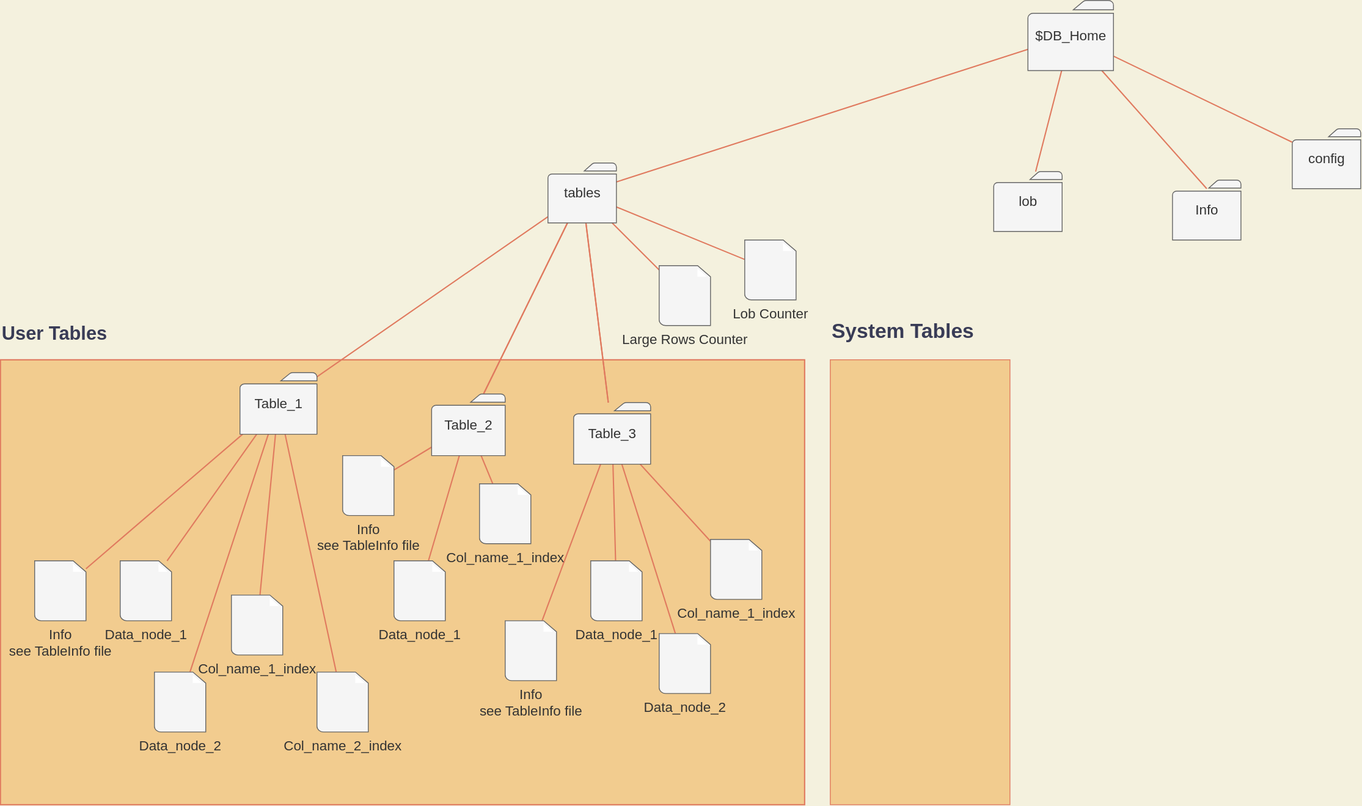
Earlier version of the draw.io export documentacion/db_storage.doc.svg (Harry29-exe/HomegrownDB). Source tidied: cells renumbered, new cells last; positions are measured from the earlier drawing's top-left corner, leaving out a move shared by most shapes.
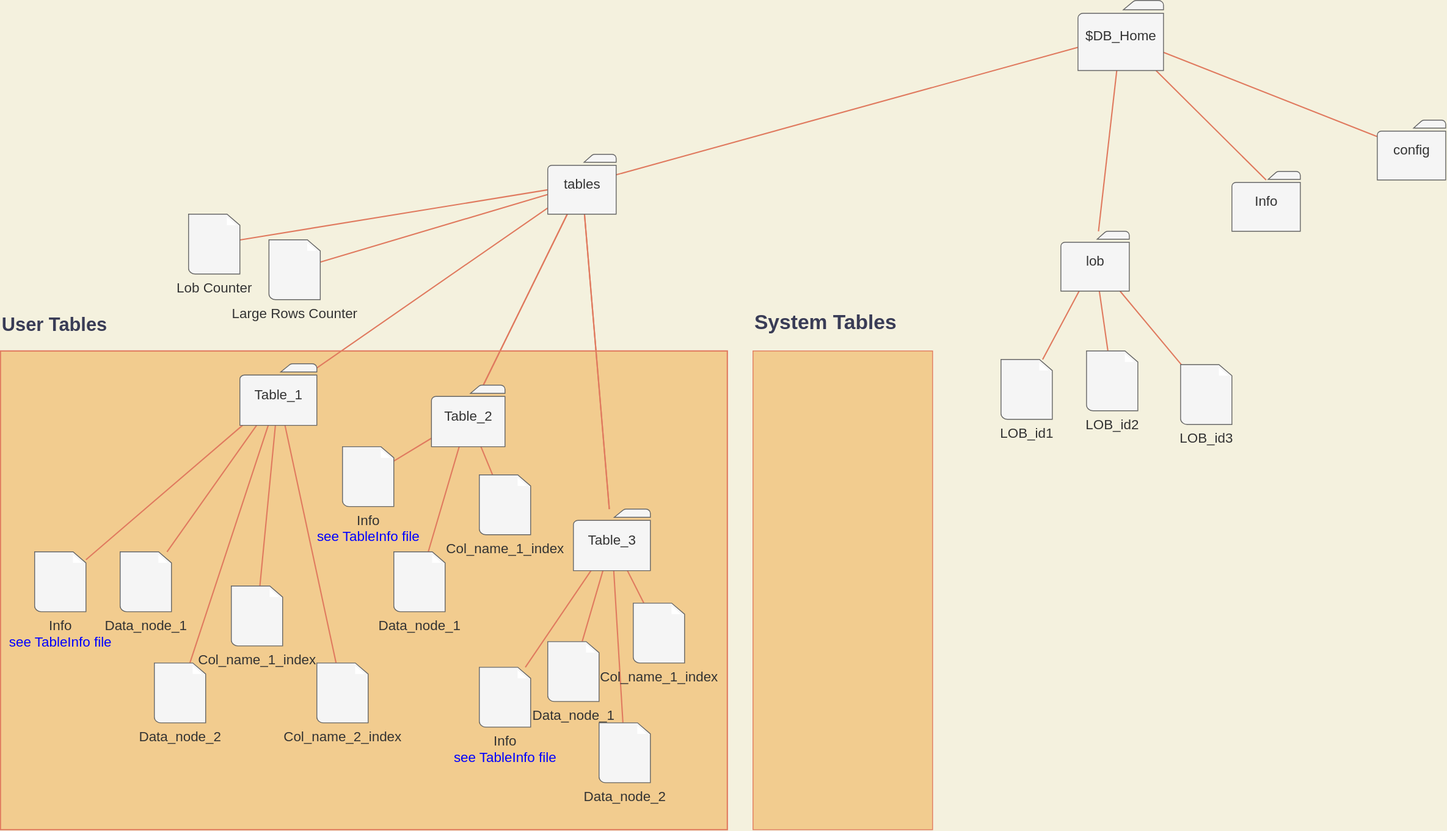
Later version of the same file.

Diff of the diagram source:
```diff
@@ -3,10 +3,10 @@
     <mxCell id="0" />
     <mxCell id="1" parent="0" />
     <mxCell id="2" value="&lt;h1&gt;System Tables&lt;/h1&gt;" style="whiteSpace=wrap;html=1;labelPosition=center;verticalLabelPosition=top;align=left;verticalAlign=bottom;fillColor=#F2CC8F;strokeColor=#E07A5F;fontColor=#393C56;" parent="1" vertex="1">
-      <mxGeometry x="970" y="420" width="210" height="520" as="geometry" />
+      <mxGeometry x="880" y="420" width="210" height="560" as="geometry" />
     </mxCell>
     <mxCell id="3" value="&lt;h1&gt;User Tables&lt;/h1&gt;" style="whiteSpace=wrap;html=1;labelPosition=center;verticalLabelPosition=top;align=left;verticalAlign=bottom;rounded=0;fontSize=11;strokeWidth=1.5;labelBackgroundColor=none;endFill=0;fillColor=#F2CC8F;strokeColor=#E07A5F;fontColor=#393C56;" parent="1" vertex="1">
-      <mxGeometry y="420" width="940" height="520" as="geometry" />
+      <mxGeometry y="420" width="850" height="560" as="geometry" />
     </mxCell>
     <mxCell id="4" style="jettySize=auto;html=1;endArrow=none;endFill=0;strokeWidth=1.5;strokeColor=#E07A5F;labelBackgroundColor=#F4F1DE;fontColor=#393C56;" parent="1" edge="1" source="8" target="17">
       <mxGeometry relative="1" as="geometry" />
@@ -21,7 +21,7 @@
       <mxGeometry relative="1" as="geometry" />
     </mxCell>
     <mxCell id="8" value="&lt;font style=&quot;font-size: 16px&quot;&gt;$DB_Home&lt;/font&gt;" style="shadow=0;dashed=0;html=1;strokeColor=#666666;fillColor=#f5f5f5;labelPosition=center;verticalLabelPosition=middle;verticalAlign=middle;outlineConnect=0;align=center;shape=mxgraph.office.concepts.folder;fontColor=#333333;" parent="1" vertex="1">
-      <mxGeometry x="1201" width="100" height="82" as="geometry" />
+      <mxGeometry x="1260" y="10" width="100" height="82" as="geometry" />
     </mxCell>
     <mxCell id="9" value="&lt;font style=&quot;font-size: 16px&quot;&gt;Data_node_1&lt;br&gt;&lt;/font&gt;" style="shadow=0;dashed=0;html=1;labelPosition=center;verticalLabelPosition=bottom;verticalAlign=top;align=center;outlineConnect=0;shape=mxgraph.veeam.2d.file;fillColor=#f5f5f5;fontColor=#333333;strokeColor=#666666;" parent="1" vertex="1">
       <mxGeometry x="140" y="655" width="60" height="70" as="geometry" />
@@ -93,7 +93,7 @@
       <mxGeometry relative="1" as="geometry" />
     </mxCell>
     <mxCell id="32" value="&lt;font style=&quot;font-size: 16px;&quot;&gt;Table_3&lt;br style=&quot;font-size: 16px;&quot;&gt;&lt;/font&gt;" style="shadow=0;dashed=0;html=1;strokeColor=#666666;fillColor=#f5f5f5;labelPosition=center;verticalLabelPosition=middle;verticalAlign=middle;outlineConnect=0;align=center;shape=mxgraph.office.concepts.folder;fontColor=#333333;fontSize=16;" parent="1" vertex="1">
-      <mxGeometry x="670" y="470" width="90" height="72" as="geometry" />
+      <mxGeometry x="670" y="605" width="90" height="72" as="geometry" />
     </mxCell>
     <mxCell id="33" value="&lt;font style=&quot;font-size: 16px&quot;&gt;Col_name_1_index&lt;br&gt;&lt;/font&gt;" style="shadow=0;dashed=0;html=1;labelPosition=center;verticalLabelPosition=bottom;verticalAlign=top;align=center;outlineConnect=0;shape=mxgraph.veeam.2d.file;fillColor=#f5f5f5;fontColor=#333333;strokeColor=#666666;" parent="1" vertex="1">
       <mxGeometry x="270" y="695" width="60" height="70" as="geometry" />
@@ -111,28 +111,28 @@
       <mxGeometry x="560" y="565" width="60" height="70" as="geometry" />
     </mxCell>
     <mxCell id="38" value="&lt;font style=&quot;font-size: 16px&quot;&gt;Data_node_1&lt;br&gt;&lt;/font&gt;" style="shadow=0;dashed=0;html=1;labelPosition=center;verticalLabelPosition=bottom;verticalAlign=top;align=center;outlineConnect=0;shape=mxgraph.veeam.2d.file;fillColor=#f5f5f5;fontColor=#333333;strokeColor=#666666;" parent="1" vertex="1">
-      <mxGeometry x="690" y="655" width="60" height="70" as="geometry" />
+      <mxGeometry x="640" y="760" width="60" height="70" as="geometry" />
     </mxCell>
     <mxCell id="39" value="&lt;font style=&quot;font-size: 16px&quot;&gt;Col_name_1_index&lt;br&gt;&lt;/font&gt;" style="shadow=0;dashed=0;html=1;labelPosition=center;verticalLabelPosition=bottom;verticalAlign=top;align=center;outlineConnect=0;shape=mxgraph.veeam.2d.file;fillColor=#f5f5f5;fontColor=#333333;strokeColor=#666666;" parent="1" vertex="1">
-      <mxGeometry x="830" y="630" width="60" height="70" as="geometry" />
+      <mxGeometry x="740" y="715" width="60" height="70" as="geometry" />
     </mxCell>
     <mxCell id="40" value="&lt;font style=&quot;font-size: 16px&quot;&gt;Data_node_2&lt;br&gt;&lt;/font&gt;" style="shadow=0;dashed=0;html=1;labelPosition=center;verticalLabelPosition=bottom;verticalAlign=top;align=center;outlineConnect=0;shape=mxgraph.veeam.2d.file;fillColor=#f5f5f5;fontColor=#333333;strokeColor=#666666;" parent="1" vertex="1">
-      <mxGeometry x="770" y="740" width="60" height="70" as="geometry" />
+      <mxGeometry x="700" y="855" width="60" height="70" as="geometry" />
     </mxCell>
     <mxCell id="41" value="&lt;div&gt;&lt;font style=&quot;font-size: 16px&quot;&gt;Info&lt;/font&gt;&lt;/div&gt;" style="shadow=0;dashed=0;html=1;strokeColor=#666666;fillColor=#f5f5f5;labelPosition=center;verticalLabelPosition=middle;verticalAlign=middle;outlineConnect=0;align=center;shape=mxgraph.office.concepts.folder;horizontal=1;fontColor=#333333;fontSize=16;" parent="1" vertex="1">
-      <mxGeometry x="1370" y="210" width="80" height="70" as="geometry" />
+      <mxGeometry x="1440" y="210" width="80" height="70" as="geometry" />
     </mxCell>
     <mxCell id="42" value="&lt;div&gt;&lt;font style=&quot;font-size: 16px&quot;&gt;config&lt;/font&gt;&lt;/div&gt;" style="shadow=0;dashed=0;html=1;strokeColor=#666666;fillColor=#f5f5f5;labelPosition=center;verticalLabelPosition=middle;verticalAlign=middle;outlineConnect=0;align=center;shape=mxgraph.office.concepts.folder;horizontal=1;fontColor=#333333;fontSize=16;" parent="1" vertex="1">
-      <mxGeometry x="1510" y="150" width="80" height="70" as="geometry" />
+      <mxGeometry x="1610" y="150" width="80" height="70" as="geometry" />
     </mxCell>
-    <mxCell id="43" value="&lt;font style=&quot;font-size: 16px&quot;&gt;Info&lt;br&gt;see TableInfo file&lt;br&gt;&lt;/font&gt;" style="shadow=0;dashed=0;html=1;labelPosition=center;verticalLabelPosition=bottom;verticalAlign=top;align=center;outlineConnect=0;shape=mxgraph.veeam.2d.file;fillColor=#f5f5f5;fontColor=#333333;strokeColor=#666666;" parent="1" vertex="1">
+    <mxCell id="43" value="&lt;font style=&quot;font-size: 16px&quot;&gt;Info&lt;br&gt;&lt;font color=&quot;#0000ff&quot;&gt;see TableInfo file&lt;/font&gt;&lt;br&gt;&lt;/font&gt;" style="shadow=0;dashed=0;html=1;labelPosition=center;verticalLabelPosition=bottom;verticalAlign=top;align=center;outlineConnect=0;shape=mxgraph.veeam.2d.file;fillColor=#f5f5f5;fontColor=#333333;strokeColor=#666666;" parent="1" vertex="1">
       <mxGeometry x="40" y="655" width="60" height="70" as="geometry" />
     </mxCell>
-    <mxCell id="44" value="&lt;font style=&quot;font-size: 16px&quot;&gt;Info&lt;br&gt;see TableInfo file&lt;br&gt;&lt;/font&gt;" style="shadow=0;dashed=0;html=1;labelPosition=center;verticalLabelPosition=bottom;verticalAlign=top;align=center;outlineConnect=0;shape=mxgraph.veeam.2d.file;fillColor=#f5f5f5;fontColor=#333333;strokeColor=#666666;" parent="1" vertex="1">
+    <mxCell id="44" value="&lt;font style=&quot;font-size: 16px&quot;&gt;Info&lt;br&gt;&lt;font color=&quot;#0000ff&quot;&gt;see TableInfo file&lt;/font&gt;&lt;br&gt;&lt;/font&gt;" style="shadow=0;dashed=0;html=1;labelPosition=center;verticalLabelPosition=bottom;verticalAlign=top;align=center;outlineConnect=0;shape=mxgraph.veeam.2d.file;fillColor=#f5f5f5;fontColor=#333333;strokeColor=#666666;" parent="1" vertex="1">
       <mxGeometry x="400" y="532" width="60" height="70" as="geometry" />
     </mxCell>
-    <mxCell id="45" value="&lt;font style=&quot;font-size: 16px&quot;&gt;Info&lt;br&gt;see TableInfo file&lt;br&gt;&lt;/font&gt;" style="shadow=0;dashed=0;html=1;strokeColor=#666666;fillColor=#f5f5f5;labelPosition=center;verticalLabelPosition=bottom;verticalAlign=top;align=center;outlineConnect=0;shape=mxgraph.veeam.2d.file;fontColor=#333333;" parent="1" vertex="1">
-      <mxGeometry x="590" y="725" width="60" height="70" as="geometry" />
+    <mxCell id="45" value="&lt;font style=&quot;font-size: 16px&quot;&gt;Info&lt;br&gt;&lt;font color=&quot;#0000ff&quot;&gt;see TableInfo file&lt;/font&gt;&lt;br&gt;&lt;/font&gt;" style="shadow=0;dashed=0;html=1;strokeColor=#666666;fillColor=#f5f5f5;labelPosition=center;verticalLabelPosition=bottom;verticalAlign=top;align=center;outlineConnect=0;shape=mxgraph.veeam.2d.file;fontColor=#333333;" parent="1" vertex="1">
+      <mxGeometry x="560" y="790" width="60" height="70" as="geometry" />
     </mxCell>
     <mxCell id="46" style="edgeStyle=none;orthogonalLoop=1;jettySize=auto;html=1;endArrow=none;endFill=0;strokeWidth=1.5;strokeColor=#E07A5F;labelBackgroundColor=#F4F1DE;fontColor=#393C56;" parent="1" edge="1">
       <mxGeometry relative="1" as="geometry">
@@ -145,13 +145,31 @@
       </mxGeometry>
     </mxCell>
     <mxCell id="48" value="Large Rows Counter" style="shadow=0;dashed=0;html=1;labelPosition=center;verticalLabelPosition=bottom;verticalAlign=top;align=center;outlineConnect=0;shape=mxgraph.veeam.2d.file;fillColor=#f5f5f5;fontColor=#333333;strokeColor=#666666;fontSize=16;" parent="1" vertex="1">
-      <mxGeometry x="770" y="310" width="60" height="70" as="geometry" />
+      <mxGeometry x="314" y="290" width="60" height="70" as="geometry" />
     </mxCell>
+    <mxCell id="51" style="rounded=1;jettySize=auto;html=1;fontColor=#393C56;strokeColor=#E07A5F;strokeWidth=1.5;labelBackgroundColor=#F4F1DE;endFill=0;endArrow=none;" parent="1" edge="1" source="49" target="54">
+      <mxGeometry relative="1" as="geometry" />
+    </mxCell>
+    <mxCell id="52" style="edgeStyle=none;rounded=1;jettySize=auto;html=1;fontColor=#393C56;strokeColor=#E07A5F;strokeWidth=1.5;labelBackgroundColor=#F4F1DE;endFill=0;endArrow=none;" parent="1" edge="1" source="49" target="55">
+      <mxGeometry relative="1" as="geometry" />
+    </mxCell>
+    <mxCell id="53" style="edgeStyle=none;rounded=1;jettySize=auto;html=1;fontColor=#393C56;strokeColor=#E07A5F;strokeWidth=1.5;labelBackgroundColor=#F4F1DE;endFill=0;endArrow=none;" parent="1" edge="1" source="49" target="56">
+      <mxGeometry relative="1" as="geometry" />
+    </mxCell>
     <mxCell id="49" value="&lt;div&gt;&lt;font style=&quot;font-size: 16px&quot;&gt;lob&lt;/font&gt;&lt;/div&gt;" style="shadow=0;dashed=0;html=1;strokeColor=#666666;fillColor=#f5f5f5;labelPosition=center;verticalLabelPosition=middle;verticalAlign=middle;outlineConnect=0;align=center;shape=mxgraph.office.concepts.folder;horizontal=1;fontColor=#333333;fontSize=16;" parent="1" vertex="1">
-      <mxGeometry x="1161" y="200" width="80" height="70" as="geometry" />
+      <mxGeometry x="1240" y="280" width="80" height="70" as="geometry" />
     </mxCell>
     <mxCell id="50" value="Lob Counter" style="shadow=0;dashed=0;html=1;labelPosition=center;verticalLabelPosition=bottom;verticalAlign=top;align=center;outlineConnect=0;shape=mxgraph.veeam.2d.file;fillColor=#f5f5f5;fontColor=#333333;strokeColor=#666666;fontSize=16;" parent="1" vertex="1">
-      <mxGeometry x="870" y="280" width="60" height="70" as="geometry" />
+      <mxGeometry x="220" y="260" width="60" height="70" as="geometry" />
     </mxCell>
+    <mxCell id="54" value="LOB_id1" style="shadow=0;dashed=0;html=1;labelPosition=center;verticalLabelPosition=bottom;verticalAlign=top;align=center;outlineConnect=0;shape=mxgraph.veeam.2d.file;fillColor=#f5f5f5;fontColor=#333333;strokeColor=#666666;fontSize=16;" parent="1" vertex="1">
+      <mxGeometry x="1170" y="430" width="60" height="70" as="geometry" />
+    </mxCell>
+    <mxCell id="55" value="LOB_id2" style="shadow=0;dashed=0;html=1;labelPosition=center;verticalLabelPosition=bottom;verticalAlign=top;align=center;outlineConnect=0;shape=mxgraph.veeam.2d.file;fillColor=#f5f5f5;fontColor=#333333;strokeColor=#666666;fontSize=16;" parent="1" vertex="1">
+      <mxGeometry x="1270" y="420" width="60" height="70" as="geometry" />
+    </mxCell>
+    <mxCell id="56" value="LOB_id3" style="shadow=0;dashed=0;html=1;labelPosition=center;verticalLabelPosition=bottom;verticalAlign=top;align=center;outlineConnect=0;shape=mxgraph.veeam.2d.file;fillColor=#f5f5f5;fontColor=#333333;strokeColor=#666666;fontSize=16;" parent="1" vertex="1">
+      <mxGeometry x="1380" y="436" width="60" height="70" as="geometry" />
+    </mxCell>
   </root>
 </mxGraphModel>
```
